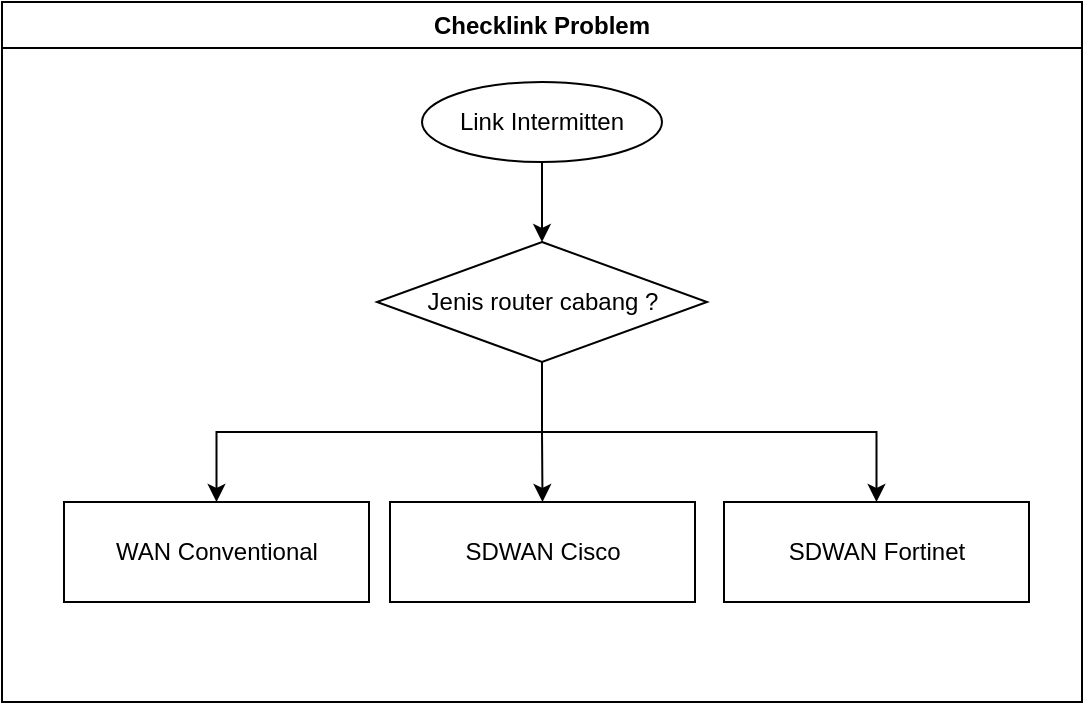
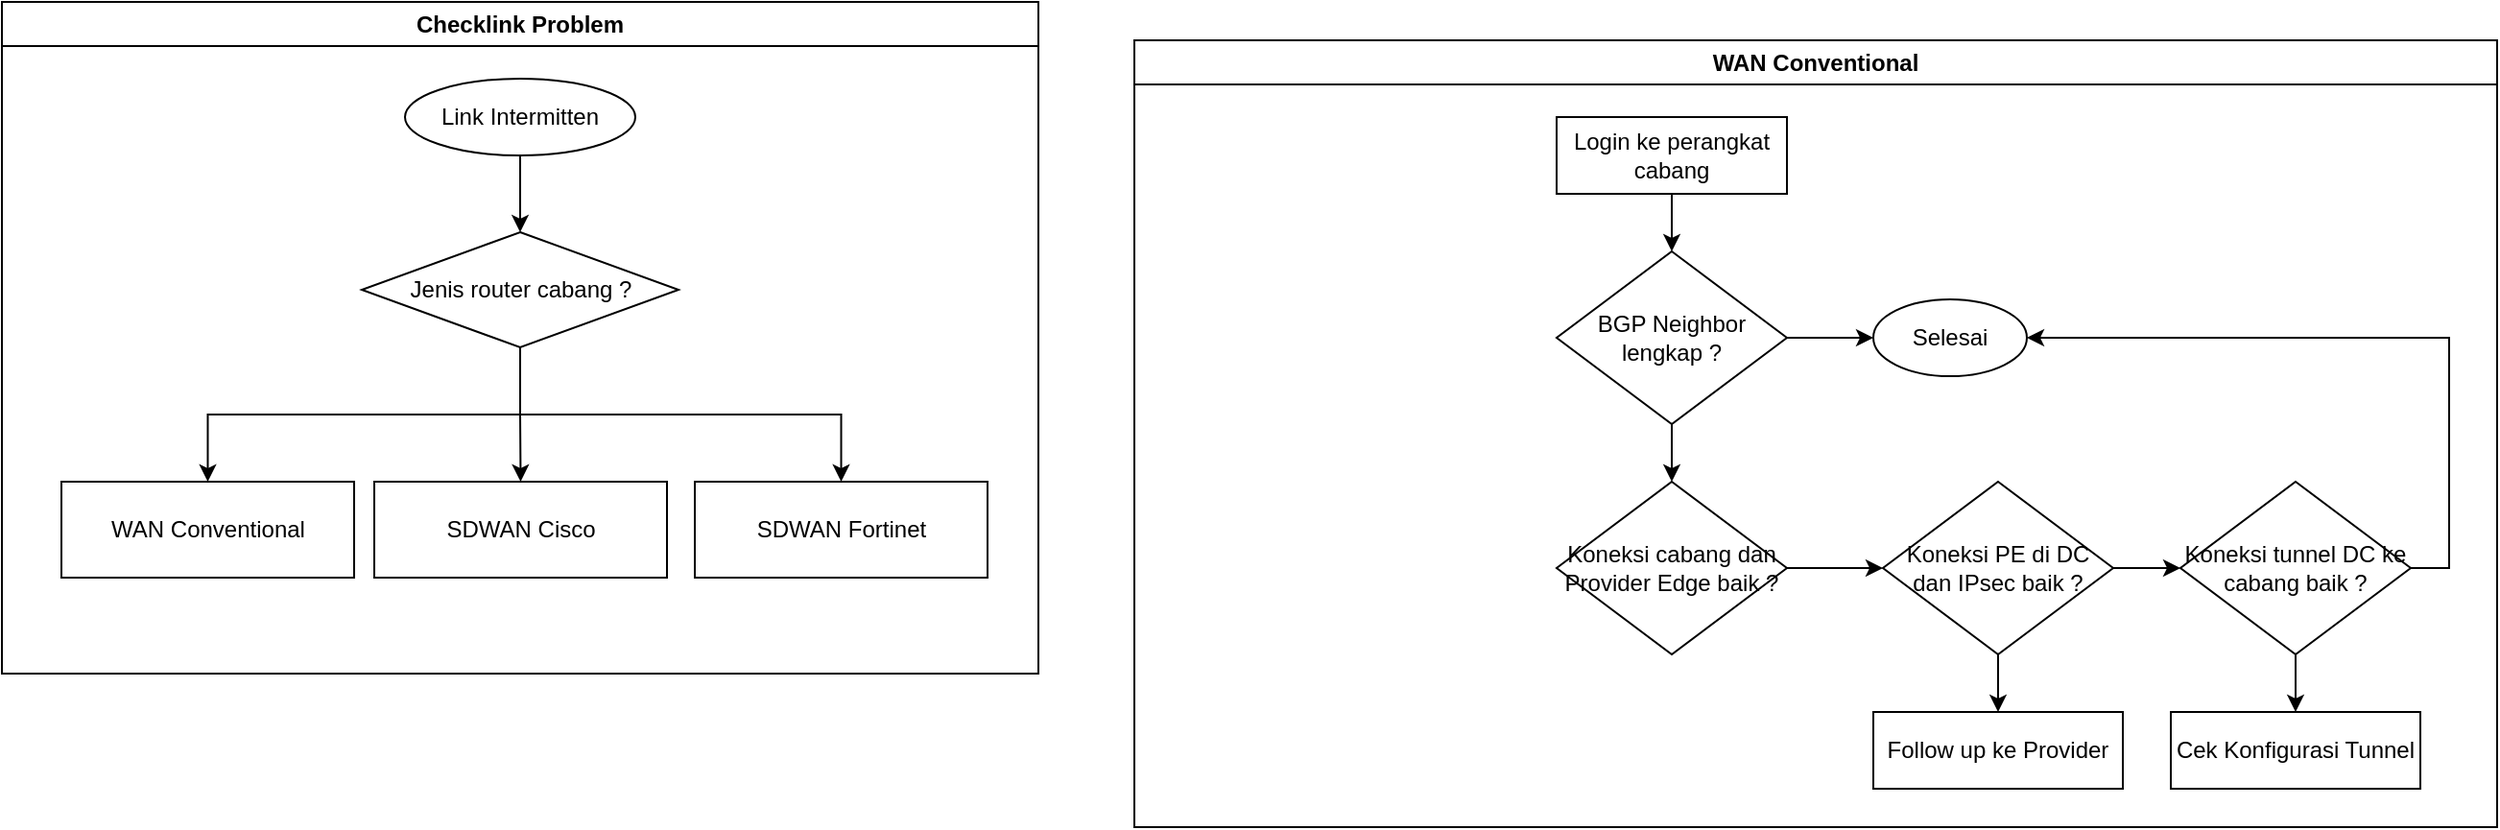
<mxfile host="app.diagrams.net">
  <diagram name="Page-1" id="9vhfLtuUu_MpJ2AiOVXD">
-     <mxGraphModel dx="851" dy="504" grid="1" gridSize="10" guides="1" tooltips="1" connect="1" arrows="1" fold="1" page="1" pageScale="1" pageWidth="850" pageHeight="1100" math="0" shadow="0">
+     <mxGraphModel dx="766" dy="454" grid="1" gridSize="10" guides="1" tooltips="1" connect="1" arrows="1" fold="1" page="1" pageScale="1" pageWidth="850" pageHeight="1100" math="0" shadow="0">
      <root>
        <mxCell id="0" />
        <mxCell id="1" parent="0" />
        <mxCell id="pEuGeytKHn6pjW4NDgE5-2" parent="1" style="swimlane;whiteSpace=wrap;html=1;" value="Checklink Problem" vertex="1">
-           <mxGeometry height="350" width="540" x="90" y="40" as="geometry" />
+           <mxGeometry height="350" width="540" x="10" y="10" as="geometry" />
        </mxCell>
        <mxCell id="P1elN6ceBegf7L-zKAY9-7" edge="1" parent="pEuGeytKHn6pjW4NDgE5-2" source="P1elN6ceBegf7L-zKAY9-3" style="edgeStyle=orthogonalEdgeStyle;rounded=0;orthogonalLoop=1;jettySize=auto;html=1;exitX=0.5;exitY=1;exitDx=0;exitDy=0;entryX=0.5;entryY=0;entryDx=0;entryDy=0;" target="P1elN6ceBegf7L-zKAY9-6">
          <mxGeometry relative="1" as="geometry" />
        </mxCell>
        <mxCell id="P1elN6ceBegf7L-zKAY9-3" parent="pEuGeytKHn6pjW4NDgE5-2" style="ellipse;whiteSpace=wrap;html=1;" value="Link Intermitten" vertex="1">
          <mxGeometry height="40" width="120" x="210" y="40" as="geometry" />
        </mxCell>
        <mxCell id="P1elN6ceBegf7L-zKAY9-11" edge="1" parent="pEuGeytKHn6pjW4NDgE5-2" source="P1elN6ceBegf7L-zKAY9-6" style="edgeStyle=orthogonalEdgeStyle;rounded=0;orthogonalLoop=1;jettySize=auto;html=1;exitX=0.5;exitY=1;exitDx=0;exitDy=0;" target="P1elN6ceBegf7L-zKAY9-8">
          <mxGeometry relative="1" as="geometry" />
        </mxCell>
        <mxCell id="P1elN6ceBegf7L-zKAY9-12" edge="1" parent="pEuGeytKHn6pjW4NDgE5-2" source="P1elN6ceBegf7L-zKAY9-6" style="edgeStyle=orthogonalEdgeStyle;rounded=0;orthogonalLoop=1;jettySize=auto;html=1;exitX=0.5;exitY=1;exitDx=0;exitDy=0;" target="P1elN6ceBegf7L-zKAY9-9">
          <mxGeometry relative="1" as="geometry" />
        </mxCell>
        <mxCell id="P1elN6ceBegf7L-zKAY9-13" edge="1" parent="pEuGeytKHn6pjW4NDgE5-2" source="P1elN6ceBegf7L-zKAY9-6" style="edgeStyle=orthogonalEdgeStyle;rounded=0;orthogonalLoop=1;jettySize=auto;html=1;exitX=0.5;exitY=1;exitDx=0;exitDy=0;" target="P1elN6ceBegf7L-zKAY9-10">
          <mxGeometry relative="1" as="geometry" />
        </mxCell>
        <mxCell id="P1elN6ceBegf7L-zKAY9-6" parent="pEuGeytKHn6pjW4NDgE5-2" style="rhombus;whiteSpace=wrap;html=1;" value="Jenis router cabang ?" vertex="1">
          <mxGeometry height="60" width="165" x="187.5" y="120" as="geometry" />
        </mxCell>
        <mxCell id="P1elN6ceBegf7L-zKAY9-8" parent="pEuGeytKHn6pjW4NDgE5-2" style="rounded=0;whiteSpace=wrap;html=1;" value="WAN Conventional" vertex="1">
          <mxGeometry height="50" width="152.5" x="31" y="250" as="geometry" />
        </mxCell>
        <mxCell id="P1elN6ceBegf7L-zKAY9-9" parent="pEuGeytKHn6pjW4NDgE5-2" style="rounded=0;whiteSpace=wrap;html=1;" value="SDWAN Cisco" vertex="1">
          <mxGeometry height="50" width="152.5" x="194" y="250" as="geometry" />
        </mxCell>
        <mxCell id="P1elN6ceBegf7L-zKAY9-10" parent="pEuGeytKHn6pjW4NDgE5-2" style="rounded=0;whiteSpace=wrap;html=1;" value="SDWAN Fortinet" vertex="1">
          <mxGeometry height="50" width="152.5" x="361" y="250" as="geometry" />
        </mxCell>
+         <mxCell id="TYqNpPFM6TGwHHhuPpuI-11" parent="1" style="swimlane;whiteSpace=wrap;html=1;" value="WAN Conventional" vertex="1">
+           <mxGeometry height="410" width="710" x="600" y="30" as="geometry" />
+         </mxCell>
+         <mxCell id="TYqNpPFM6TGwHHhuPpuI-14" edge="1" parent="TYqNpPFM6TGwHHhuPpuI-11" source="TYqNpPFM6TGwHHhuPpuI-12" style="edgeStyle=orthogonalEdgeStyle;rounded=0;orthogonalLoop=1;jettySize=auto;html=1;exitX=0.5;exitY=1;exitDx=0;exitDy=0;entryX=0.5;entryY=0;entryDx=0;entryDy=0;" target="TYqNpPFM6TGwHHhuPpuI-13">
+           <mxGeometry relative="1" as="geometry" />
+         </mxCell>
+         <mxCell id="TYqNpPFM6TGwHHhuPpuI-12" parent="TYqNpPFM6TGwHHhuPpuI-11" style="rounded=0;whiteSpace=wrap;html=1;" value="Login ke perangkat cabang" vertex="1">
+           <mxGeometry height="40" width="120" x="220" y="40" as="geometry" />
+         </mxCell>
+         <mxCell id="TYqNpPFM6TGwHHhuPpuI-20" edge="1" parent="TYqNpPFM6TGwHHhuPpuI-11" source="TYqNpPFM6TGwHHhuPpuI-13" style="edgeStyle=orthogonalEdgeStyle;rounded=0;orthogonalLoop=1;jettySize=auto;html=1;" target="TYqNpPFM6TGwHHhuPpuI-19" value="">
+           <mxGeometry relative="1" as="geometry" />
+         </mxCell>
+         <mxCell id="TYqNpPFM6TGwHHhuPpuI-30" edge="1" parent="TYqNpPFM6TGwHHhuPpuI-11" source="TYqNpPFM6TGwHHhuPpuI-13" style="edgeStyle=orthogonalEdgeStyle;rounded=0;orthogonalLoop=1;jettySize=auto;html=1;exitX=1;exitY=0.5;exitDx=0;exitDy=0;entryX=0;entryY=0.5;entryDx=0;entryDy=0;" target="TYqNpPFM6TGwHHhuPpuI-16">
+           <mxGeometry relative="1" as="geometry" />
+         </mxCell>
+         <mxCell id="TYqNpPFM6TGwHHhuPpuI-13" parent="TYqNpPFM6TGwHHhuPpuI-11" style="rhombus;whiteSpace=wrap;html=1;" value="BGP Neighbor lengkap ?" vertex="1">
+           <mxGeometry height="90" width="120" x="220" y="110" as="geometry" />
+         </mxCell>
+         <mxCell id="TYqNpPFM6TGwHHhuPpuI-16" parent="TYqNpPFM6TGwHHhuPpuI-11" style="ellipse;whiteSpace=wrap;html=1;" value="Selesai" vertex="1">
+           <mxGeometry height="40" width="80" x="385" y="135" as="geometry" />
+         </mxCell>
+         <mxCell id="TYqNpPFM6TGwHHhuPpuI-23" edge="1" parent="TYqNpPFM6TGwHHhuPpuI-11" source="TYqNpPFM6TGwHHhuPpuI-19" style="edgeStyle=orthogonalEdgeStyle;rounded=0;orthogonalLoop=1;jettySize=auto;html=1;" target="TYqNpPFM6TGwHHhuPpuI-22" value="">
+           <mxGeometry relative="1" as="geometry" />
+         </mxCell>
+         <mxCell id="TYqNpPFM6TGwHHhuPpuI-19" parent="TYqNpPFM6TGwHHhuPpuI-11" style="rhombus;whiteSpace=wrap;html=1;" value="Koneksi cabang dan Provider Edge baik ?" vertex="1">
+           <mxGeometry height="90" width="120" x="220" y="230" as="geometry" />
+         </mxCell>
+         <mxCell id="TYqNpPFM6TGwHHhuPpuI-22" parent="TYqNpPFM6TGwHHhuPpuI-11" style="rhombus;whiteSpace=wrap;html=1;" value="Koneksi PE di DC dan IPsec baik ?" vertex="1">
+           <mxGeometry height="90" width="120" x="390" y="230" as="geometry" />
+         </mxCell>
+         <mxCell id="TYqNpPFM6TGwHHhuPpuI-24" parent="TYqNpPFM6TGwHHhuPpuI-11" style="rounded=0;whiteSpace=wrap;html=1;" value="Follow up ke Provider" vertex="1">
+           <mxGeometry height="40" width="130" x="385" y="350" as="geometry" />
+         </mxCell>
+         <mxCell id="TYqNpPFM6TGwHHhuPpuI-25" edge="1" parent="TYqNpPFM6TGwHHhuPpuI-11" source="TYqNpPFM6TGwHHhuPpuI-22" style="edgeStyle=orthogonalEdgeStyle;rounded=0;orthogonalLoop=1;jettySize=auto;html=1;exitX=0.5;exitY=1;exitDx=0;exitDy=0;entryX=0.5;entryY=0;entryDx=0;entryDy=0;" target="TYqNpPFM6TGwHHhuPpuI-24">
+           <mxGeometry relative="1" as="geometry" />
+         </mxCell>
+         <mxCell id="TYqNpPFM6TGwHHhuPpuI-31" edge="1" parent="TYqNpPFM6TGwHHhuPpuI-11" source="TYqNpPFM6TGwHHhuPpuI-26" style="edgeStyle=orthogonalEdgeStyle;rounded=0;orthogonalLoop=1;jettySize=auto;html=1;exitX=1;exitY=0.5;exitDx=0;exitDy=0;entryX=1;entryY=0.5;entryDx=0;entryDy=0;" target="TYqNpPFM6TGwHHhuPpuI-16">
+           <mxGeometry relative="1" as="geometry" />
+         </mxCell>
+         <mxCell id="TYqNpPFM6TGwHHhuPpuI-26" parent="TYqNpPFM6TGwHHhuPpuI-11" style="rhombus;whiteSpace=wrap;html=1;" value="Koneksi tunnel DC ke cabang baik ?" vertex="1">
+           <mxGeometry height="90" width="120" x="545" y="230" as="geometry" />
+         </mxCell>
+         <mxCell id="TYqNpPFM6TGwHHhuPpuI-27" edge="1" parent="TYqNpPFM6TGwHHhuPpuI-11" source="TYqNpPFM6TGwHHhuPpuI-22" style="edgeStyle=orthogonalEdgeStyle;rounded=0;orthogonalLoop=1;jettySize=auto;html=1;" target="TYqNpPFM6TGwHHhuPpuI-26" value="">
+           <mxGeometry relative="1" as="geometry" />
+         </mxCell>
+         <mxCell id="TYqNpPFM6TGwHHhuPpuI-28" parent="TYqNpPFM6TGwHHhuPpuI-11" style="rounded=0;whiteSpace=wrap;html=1;" value="Cek Konfigurasi Tunnel" vertex="1">
+           <mxGeometry height="40" width="130" x="540" y="350" as="geometry" />
+         </mxCell>
+         <mxCell id="TYqNpPFM6TGwHHhuPpuI-29" edge="1" parent="TYqNpPFM6TGwHHhuPpuI-11" source="TYqNpPFM6TGwHHhuPpuI-26" style="edgeStyle=orthogonalEdgeStyle;rounded=0;orthogonalLoop=1;jettySize=auto;html=1;exitX=0.5;exitY=1;exitDx=0;exitDy=0;entryX=0.5;entryY=0;entryDx=0;entryDy=0;" target="TYqNpPFM6TGwHHhuPpuI-28">
+           <mxGeometry relative="1" as="geometry" />
+         </mxCell>
      </root>
    </mxGraphModel>
  </diagram>
</mxfile>
